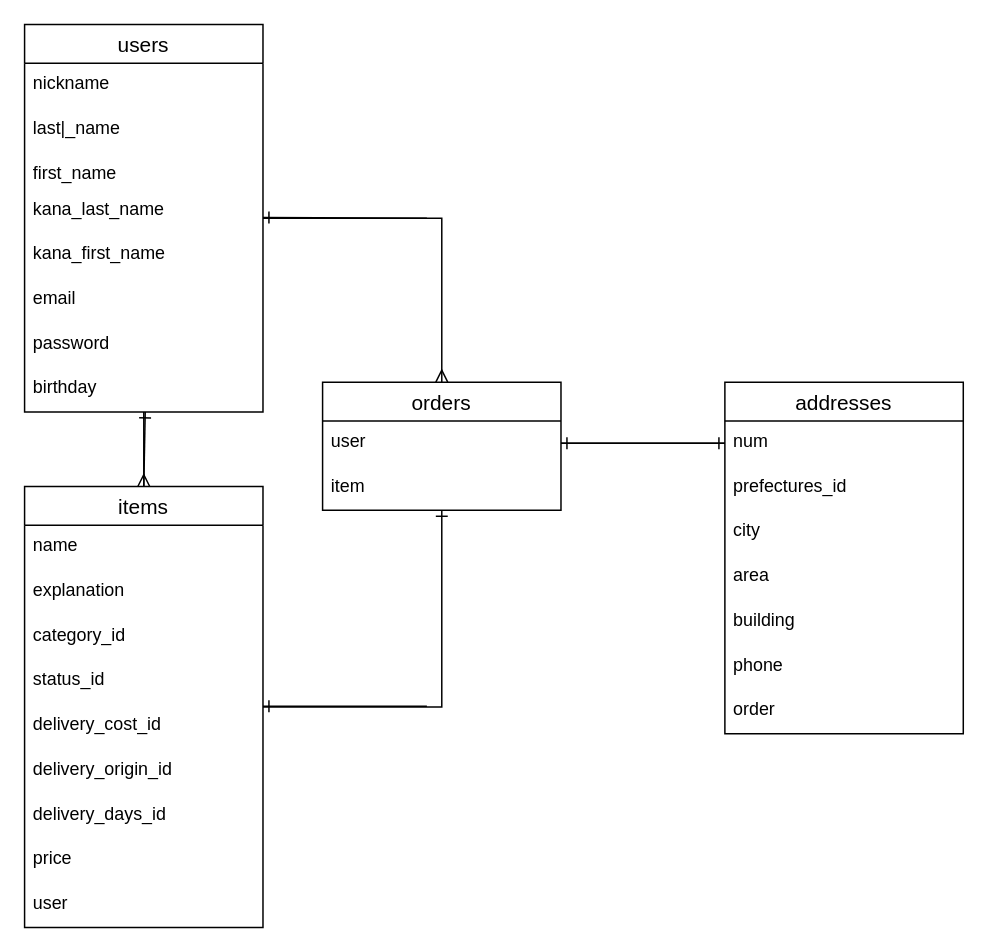
The draw.io diagram ER.dio in elcmist/furima-38687, before the edit. Source tidied: cells renumbered, new cells numbered last; positions are measured from the earlier drawing's top-left corner, leaving out a move shared by most shapes. Both pictures are drawn from the tidied source at 149%, with x=0, y=0 at pixel (24, 24).
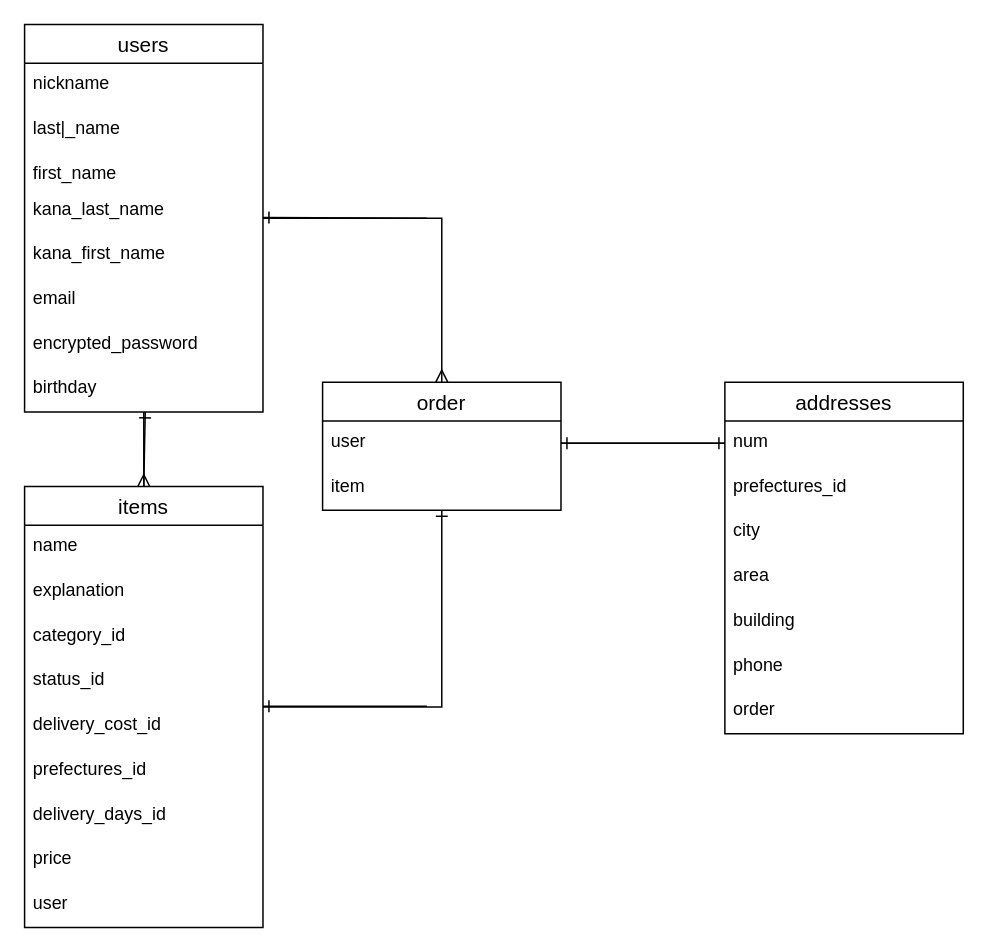
After the change.

Commit message (it also covers changes not shown here):
設計再修正

The change refers to these unchanged cells:
```xml
<mxCell id="4" value="users" style="swimlane;fontStyle=0;horizontal=1;startSize=26;align=center;fontSize=14;" parent="1" vertex="1">
  <mxGeometry width="160" height="260" as="geometry" />
</mxCell>
<mxCell id="15" value="items" style="swimlane;fontStyle=0;horizontal=1;startSize=26;align=center;fontSize=14;" parent="1" vertex="1">
  <mxGeometry y="310" width="160" height="296" as="geometry" />
</mxCell>
```

Change to the diagram source:
```diff
@@
-    <mxCell id="11" value="password" style="text;strokeColor=none;fillColor=none;spacingLeft=4;spacingRight=4;overflow=hidden;fontSize=12;" parent="4" vertex="1">
+    <mxCell id="11" value="encrypted_password" style="text;strokeColor=none;fillColor=none;spacingLeft=4;spacingRight=4;overflow=hidden;fontSize=12;" parent="4" vertex="1">
       <mxGeometry y="200" width="160" height="30" as="geometry" />
     </mxCell>
@@
-    <mxCell id="21" value="delivery_origin_id" style="text;strokeColor=none;fillColor=none;spacingLeft=4;spacingRight=4;overflow=hidden;fontSize=12;" parent="15" vertex="1">
+    <mxCell id="21" value="prefectures_id" style="text;strokeColor=none;fillColor=none;spacingLeft=4;spacingRight=4;overflow=hidden;fontSize=12;" parent="15" vertex="1">
       <mxGeometry y="176" width="160" height="30" as="geometry" />
     </mxCell>
@@
-    <mxCell id="33" value="orders" style="swimlane;fontStyle=0;horizontal=1;startSize=26;align=center;fontSize=14;" parent="1" vertex="1">
+    <mxCell id="33" value="order" style="swimlane;fontStyle=0;horizontal=1;startSize=26;align=center;fontSize=14;" parent="1" vertex="1">
       <mxGeometry x="200" y="240" width="160" height="86" as="geometry" />
     </mxCell>
```
